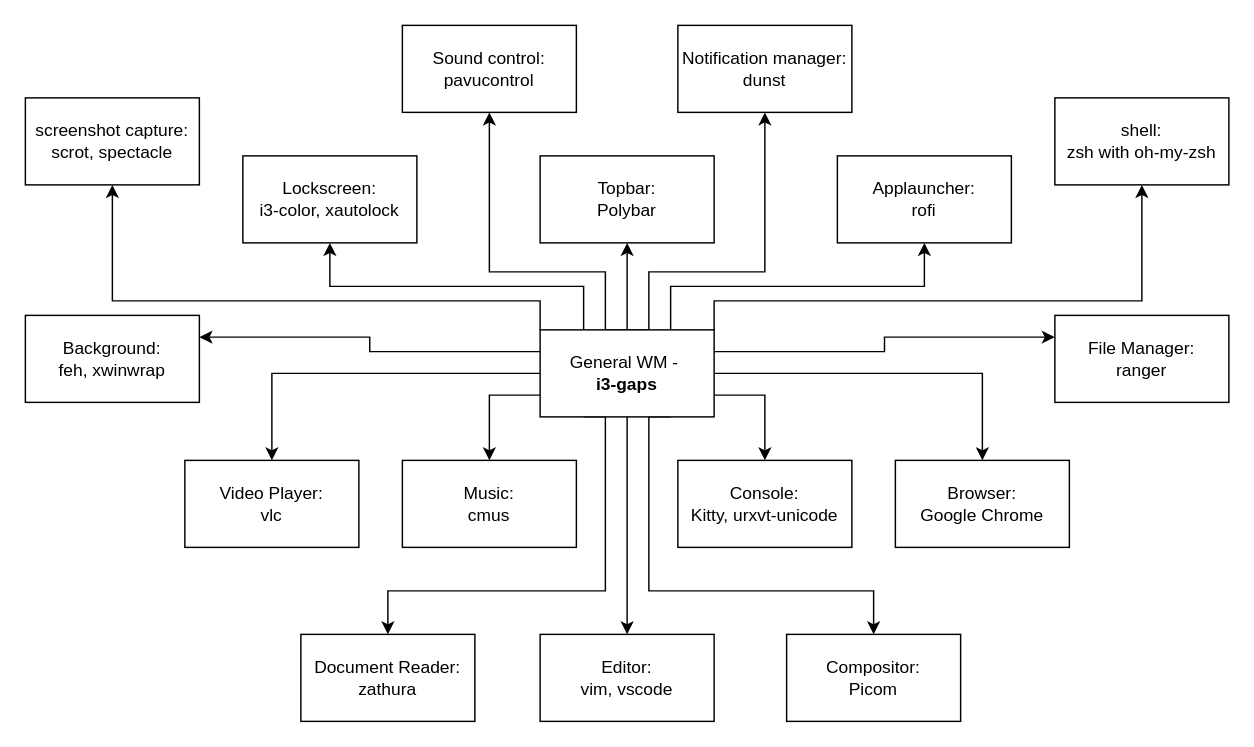
Username77177/GreatI3 keeps this draw.io diagram as diagrams/GreatI3.drawio. Above is the earlier version. Source tidied: cells renumbered, new cells numbered last; positions are measured from the earlier drawing's top-left corner, leaving out a move shared by most shapes. Both pictures are drawn from the tidied source at 145%, with x=0, y=0 at pixel (25, 25).
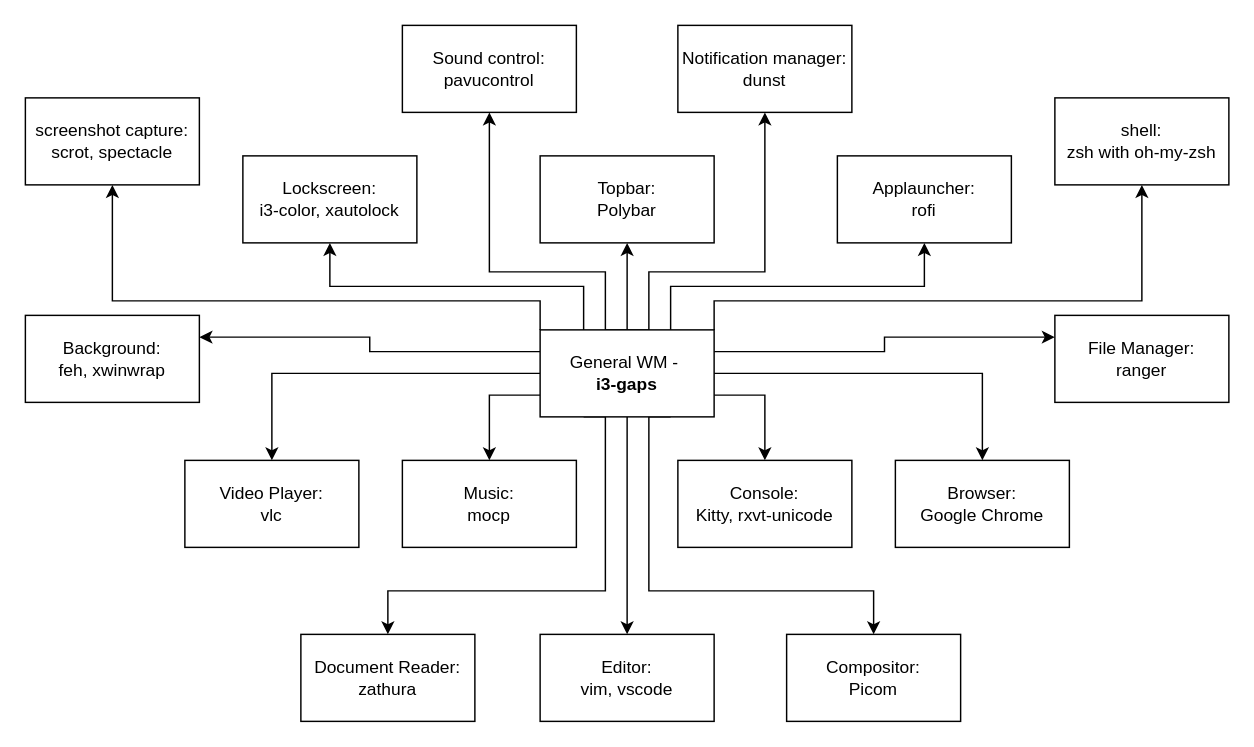
The same page after the edit.

Commit message (it also covers changes not shown here):
Xresources, Hotkeys, Great i3 diagrams modification, picom modification

Change to the diagram source:
```diff
@@
-    <mxCell id="20" value="Music:&lt;br&gt;cmus" style="rounded=0;whiteSpace=wrap;html=1;" parent="1" vertex="1">
+    <mxCell id="20" value="Music:&lt;br&gt;mocp" style="rounded=0;whiteSpace=wrap;html=1;" parent="1" vertex="1">
       <mxGeometry x="260" y="300" width="120" height="60" as="geometry" />
     </mxCell>
-    <mxCell id="21" value="Console:&lt;br&gt;Kitty, urxvt-unicode" style="rounded=0;whiteSpace=wrap;html=1;" parent="1" vertex="1">
+    <mxCell id="21" value="Console:&lt;br&gt;Kitty, rxvt-unicode" style="rounded=0;whiteSpace=wrap;html=1;" parent="1" vertex="1">
       <mxGeometry x="450" y="300" width="120" height="60" as="geometry" />
     </mxCell>
```
